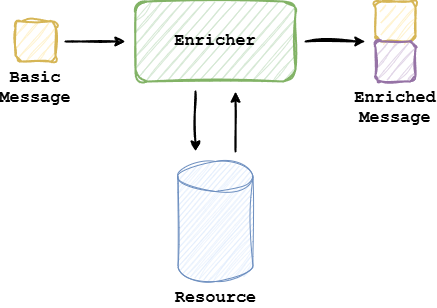
The draw.io diagram assets/contentEnricher.drawio.png in G4utama/Thesis, before a commit. Source tidied: cells renumbered, new cells last; positions are measured from the earlier drawing's top-left corner, leaving out a move shared by most shapes. The source it was exported from:
```xml
<mxGraphModel>
  <root>
    <mxCell id="0" />
    <mxCell id="1" parent="0" />
    <mxCell id="2" style="edgeStyle=none;html=1;strokeWidth=2;sketch=1;curveFitting=1;jiggle=2;" parent="1" edge="1">
      <mxGeometry relative="1" as="geometry">
        <mxPoint x="50" y="40" as="sourcePoint" />
        <mxPoint x="110" y="40" as="targetPoint" />
      </mxGeometry>
    </mxCell>
    <mxCell id="3" value="&lt;font style=&quot;font-size: 17px;&quot; face=&quot;Courier New&quot;&gt;&lt;b&gt;Basic Message&lt;/b&gt;&lt;/font&gt;" style="rounded=1;whiteSpace=wrap;html=1;fillColor=#fff2cc;strokeColor=#d6b656;strokeWidth=2;labelPosition=center;verticalLabelPosition=bottom;align=center;verticalAlign=top;sketch=1;curveFitting=1;jiggle=2;" parent="1" vertex="1">
      <mxGeometry y="20" width="40" height="40" as="geometry" />
    </mxCell>
    <mxCell id="4" style="edgeStyle=none;html=1;strokeWidth=2;sketch=1;curveFitting=1;jiggle=2;" parent="1" edge="1">
      <mxGeometry relative="1" as="geometry">
        <mxPoint x="290" y="40" as="sourcePoint" />
        <mxPoint x="350" y="40" as="targetPoint" />
      </mxGeometry>
    </mxCell>
    <mxCell id="5" value="&lt;font face=&quot;Courier New&quot;&gt;&lt;span style=&quot;font-size: 17px;&quot;&gt;&lt;b&gt;Enricher&lt;/b&gt;&lt;/span&gt;&lt;/font&gt;" style="rounded=1;whiteSpace=wrap;html=1;fillColor=#d5e8d4;strokeColor=#82b366;strokeWidth=2;sketch=1;curveFitting=1;jiggle=2;" parent="1" vertex="1">
      <mxGeometry x="120" width="160" height="80" as="geometry" />
    </mxCell>
    <mxCell id="6" value="&lt;font style=&quot;font-size: 17px;&quot; face=&quot;Courier New&quot;&gt;&lt;b&gt;Resource&lt;/b&gt;&lt;/font&gt;" style="shape=cylinder3;whiteSpace=wrap;html=1;boundedLbl=1;backgroundOutline=1;size=15;fillColor=#dae8fc;strokeColor=#6c8ebf;labelPosition=center;verticalLabelPosition=bottom;align=center;verticalAlign=top;rounded=1;sketch=1;curveFitting=1;jiggle=2;" parent="1" vertex="1">
      <mxGeometry x="162.5" y="160" width="75" height="120" as="geometry" />
    </mxCell>
    <mxCell id="7" style="rounded=1;whiteSpace=wrap;html=1;fillColor=#fff2cc;strokeColor=#d6b656;strokeWidth=2;labelPosition=center;verticalLabelPosition=bottom;align=center;verticalAlign=top;sketch=1;curveFitting=1;jiggle=2;" parent="1" vertex="1">
      <mxGeometry x="360" width="40" height="40" as="geometry" />
    </mxCell>
    <mxCell id="8" style="edgeStyle=none;html=1;strokeWidth=2;sketch=1;curveFitting=1;jiggle=2;" parent="1" edge="1">
      <mxGeometry relative="1" as="geometry">
        <mxPoint x="180" y="90" as="sourcePoint" />
        <mxPoint x="180" y="150" as="targetPoint" />
      </mxGeometry>
    </mxCell>
    <mxCell id="9" style="edgeStyle=none;html=1;strokeWidth=2;sketch=1;curveFitting=1;jiggle=2;" parent="1" edge="1">
      <mxGeometry relative="1" as="geometry">
        <mxPoint x="220" y="150" as="sourcePoint" />
        <mxPoint x="220" y="90" as="targetPoint" />
      </mxGeometry>
    </mxCell>
    <mxCell id="10" value="&lt;font style=&quot;font-size: 17px;&quot; face=&quot;Courier New&quot;&gt;&lt;b&gt;Enriched Message&lt;/b&gt;&lt;/font&gt;" style="rounded=1;whiteSpace=wrap;html=1;fillColor=#e1d5e7;strokeColor=#9673a6;strokeWidth=2;labelPosition=center;verticalLabelPosition=bottom;align=center;verticalAlign=top;sketch=1;curveFitting=1;jiggle=2;" parent="1" vertex="1">
      <mxGeometry x="360" y="40" width="40" height="40" as="geometry" />
    </mxCell>
  </root>
</mxGraphModel>
```
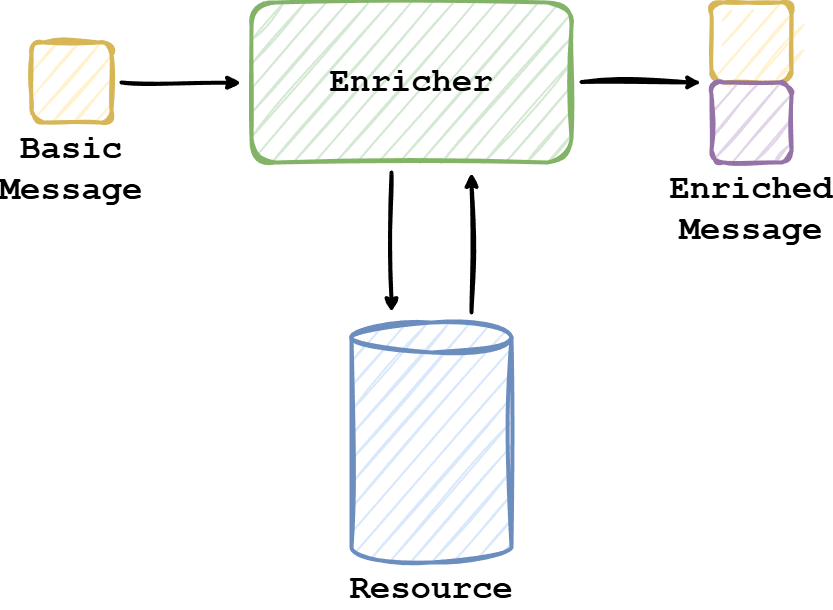
Above is the later version.

The edit, as a diff of the source:
```diff
@@ -2,44 +2,44 @@
   <root>
     <mxCell id="0" />
     <mxCell id="1" parent="0" />
-    <mxCell id="2" style="edgeStyle=none;html=1;strokeWidth=2;sketch=1;curveFitting=1;jiggle=2;" parent="1" edge="1">
-      <mxGeometry relative="1" as="geometry">
-        <mxPoint x="50" y="40" as="sourcePoint" />
-        <mxPoint x="110" y="40" as="targetPoint" />
-      </mxGeometry>
-    </mxCell>
-    <mxCell id="3" value="&lt;font style=&quot;font-size: 17px;&quot; face=&quot;Courier New&quot;&gt;&lt;b&gt;Basic Message&lt;/b&gt;&lt;/font&gt;" style="rounded=1;whiteSpace=wrap;html=1;fillColor=#fff2cc;strokeColor=#d6b656;strokeWidth=2;labelPosition=center;verticalLabelPosition=bottom;align=center;verticalAlign=top;sketch=1;curveFitting=1;jiggle=2;" parent="1" vertex="1">
-      <mxGeometry y="20" width="40" height="40" as="geometry" />
+    <mxCell id="3" value="&lt;font style=&quot;font-size: 34px;&quot; face=&quot;Courier New&quot;&gt;&lt;b style=&quot;&quot;&gt;Basic Message&lt;/b&gt;&lt;/font&gt;" style="rounded=1;whiteSpace=wrap;html=1;fillColor=#fff2cc;strokeColor=#d6b656;strokeWidth=4;labelPosition=center;verticalLabelPosition=bottom;align=center;verticalAlign=top;sketch=1;curveFitting=1;jiggle=2;" parent="1" vertex="1">
+      <mxGeometry y="40" width="80" height="80" as="geometry" />
     </mxCell>
-    <mxCell id="4" style="edgeStyle=none;html=1;strokeWidth=2;sketch=1;curveFitting=1;jiggle=2;" parent="1" edge="1">
+    <mxCell id="4" style="edgeStyle=none;html=1;strokeWidth=4;sketch=1;curveFitting=1;jiggle=2;" parent="1" edge="1">
       <mxGeometry relative="1" as="geometry">
-        <mxPoint x="290" y="40" as="sourcePoint" />
-        <mxPoint x="350" y="40" as="targetPoint" />
+        <mxPoint x="550" y="79.5" as="sourcePoint" />
+        <mxPoint x="670" y="80" as="targetPoint" />
       </mxGeometry>
     </mxCell>
-    <mxCell id="5" value="&lt;font face=&quot;Courier New&quot;&gt;&lt;span style=&quot;font-size: 17px;&quot;&gt;&lt;b&gt;Enricher&lt;/b&gt;&lt;/span&gt;&lt;/font&gt;" style="rounded=1;whiteSpace=wrap;html=1;fillColor=#d5e8d4;strokeColor=#82b366;strokeWidth=2;sketch=1;curveFitting=1;jiggle=2;" parent="1" vertex="1">
-      <mxGeometry x="120" width="160" height="80" as="geometry" />
+    <mxCell id="5" value="&lt;font style=&quot;font-size: 34px;&quot; face=&quot;Courier New&quot;&gt;&lt;b style=&quot;&quot;&gt;Enricher&lt;/b&gt;&lt;/font&gt;" style="rounded=1;whiteSpace=wrap;html=1;fillColor=#d5e8d4;strokeColor=#82b366;strokeWidth=4;sketch=1;curveFitting=1;jiggle=2;" parent="1" vertex="1">
+      <mxGeometry x="220" width="320" height="160" as="geometry" />
     </mxCell>
-    <mxCell id="6" value="&lt;font style=&quot;font-size: 17px;&quot; face=&quot;Courier New&quot;&gt;&lt;b&gt;Resource&lt;/b&gt;&lt;/font&gt;" style="shape=cylinder3;whiteSpace=wrap;html=1;boundedLbl=1;backgroundOutline=1;size=15;fillColor=#dae8fc;strokeColor=#6c8ebf;labelPosition=center;verticalLabelPosition=bottom;align=center;verticalAlign=top;rounded=1;sketch=1;curveFitting=1;jiggle=2;" parent="1" vertex="1">
-      <mxGeometry x="162.5" y="160" width="75" height="120" as="geometry" />
+    <mxCell id="6" value="&lt;font style=&quot;font-size: 34px;&quot; face=&quot;Courier New&quot;&gt;&lt;b style=&quot;&quot;&gt;Resource&lt;/b&gt;&lt;/font&gt;" style="shape=cylinder3;whiteSpace=wrap;html=1;boundedLbl=1;backgroundOutline=1;size=15;fillColor=#dae8fc;strokeColor=#6c8ebf;labelPosition=center;verticalLabelPosition=bottom;align=center;verticalAlign=top;rounded=1;sketch=1;curveFitting=1;jiggle=2;strokeWidth=4;" parent="1" vertex="1">
+      <mxGeometry x="320" y="320" width="160" height="240" as="geometry" />
     </mxCell>
-    <mxCell id="7" style="rounded=1;whiteSpace=wrap;html=1;fillColor=#fff2cc;strokeColor=#d6b656;strokeWidth=2;labelPosition=center;verticalLabelPosition=bottom;align=center;verticalAlign=top;sketch=1;curveFitting=1;jiggle=2;" parent="1" vertex="1">
-      <mxGeometry x="360" width="40" height="40" as="geometry" />
+    <mxCell id="7" style="rounded=1;whiteSpace=wrap;html=1;fillColor=#fff2cc;strokeColor=#d6b656;strokeWidth=4;labelPosition=center;verticalLabelPosition=bottom;align=center;verticalAlign=top;sketch=1;curveFitting=1;jiggle=2;" parent="1" vertex="1">
+      <mxGeometry x="680" width="80" height="80" as="geometry" />
     </mxCell>
-    <mxCell id="8" style="edgeStyle=none;html=1;strokeWidth=2;sketch=1;curveFitting=1;jiggle=2;" parent="1" edge="1">
+    <mxCell id="8" style="edgeStyle=none;html=1;strokeWidth=4;sketch=1;curveFitting=1;jiggle=2;" parent="1" edge="1">
       <mxGeometry relative="1" as="geometry">
-        <mxPoint x="180" y="90" as="sourcePoint" />
-        <mxPoint x="180" y="150" as="targetPoint" />
+        <mxPoint x="360" y="170" as="sourcePoint" />
+        <mxPoint x="360" y="310" as="targetPoint" />
       </mxGeometry>
     </mxCell>
-    <mxCell id="9" style="edgeStyle=none;html=1;strokeWidth=2;sketch=1;curveFitting=1;jiggle=2;" parent="1" edge="1">
-      <mxGeometry relative="1" as="geometry">
-        <mxPoint x="220" y="150" as="sourcePoint" />
-        <mxPoint x="220" y="90" as="targetPoint" />
-      </mxGeometry>
-    </mxCell>
-    <mxCell id="10" value="&lt;font style=&quot;font-size: 17px;&quot; face=&quot;Courier New&quot;&gt;&lt;b&gt;Enriched Message&lt;/b&gt;&lt;/font&gt;" style="rounded=1;whiteSpace=wrap;html=1;fillColor=#e1d5e7;strokeColor=#9673a6;strokeWidth=2;labelPosition=center;verticalLabelPosition=bottom;align=center;verticalAlign=top;sketch=1;curveFitting=1;jiggle=2;" parent="1" vertex="1">
-      <mxGeometry x="360" y="40" width="40" height="40" as="geometry" />
+    <mxCell id="10" value="&lt;font style=&quot;font-size: 34px;&quot; face=&quot;Courier New&quot;&gt;&lt;b style=&quot;&quot;&gt;Enriched Message&lt;/b&gt;&lt;/font&gt;" style="rounded=1;whiteSpace=wrap;html=1;fillColor=#e1d5e7;strokeColor=#9673a6;strokeWidth=4;labelPosition=center;verticalLabelPosition=bottom;align=center;verticalAlign=top;sketch=1;curveFitting=1;jiggle=2;" parent="1" vertex="1">
+      <mxGeometry x="680" y="80" width="80" height="80" as="geometry" />
     </mxCell>
+    <mxCell id="11" style="edgeStyle=none;html=1;strokeWidth=4;sketch=1;curveFitting=1;jiggle=2;" parent="1" edge="1">
+      <mxGeometry relative="1" as="geometry">
+        <mxPoint x="440" y="310" as="sourcePoint" />
+        <mxPoint x="440" y="170" as="targetPoint" />
+      </mxGeometry>
+    </mxCell>
+    <mxCell id="12" style="edgeStyle=none;html=1;strokeWidth=4;sketch=1;curveFitting=1;jiggle=2;" parent="1" edge="1">
+      <mxGeometry relative="1" as="geometry">
+        <mxPoint x="90" y="80" as="sourcePoint" />
+        <mxPoint x="210" y="80.2" as="targetPoint" />
+      </mxGeometry>
+    </mxCell>
   </root>
 </mxGraphModel>
```
